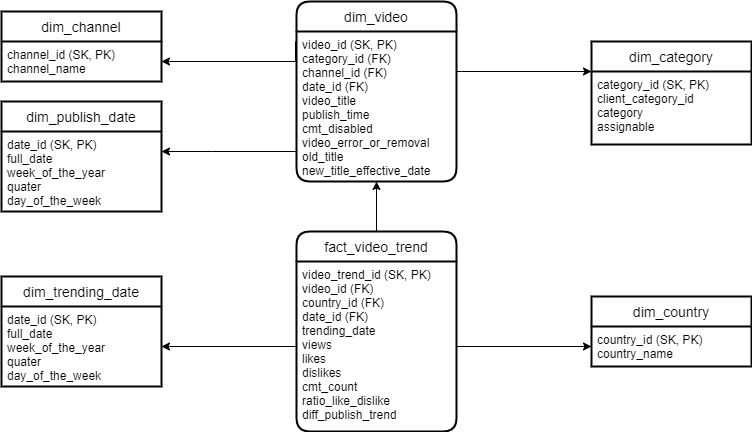
Shradaya/youtube_DW keeps this draw.io diagram as docs/logical_model.png. Above is the earlier version. Source tidied: cells renumbered, new cells last; positions are measured from the earlier drawing's top-left corner, leaving out a move shared by most shapes. Source of this version:
```xml
<mxGraphModel>
  <root>
    <mxCell id="0" />
    <mxCell id="1" parent="0" />
    <mxCell id="2" style="edgeStyle=orthogonalEdgeStyle;rounded=0;jettySize=auto;html=1;" parent="1" edge="1" source="3" target="7">
      <mxGeometry relative="1" as="geometry" />
    </mxCell>
    <mxCell id="3" value="fact_video_trend" style="swimlane;horizontal=1;startSize=30;rounded=1;fontSize=14;fontStyle=0;strokeWidth=2;shadow=0;dashed=0;align=center;" parent="1" vertex="1">
      <mxGeometry x="295" y="230" width="160" height="200" as="geometry" />
    </mxCell>
    <mxCell id="4" value="video_trend_id (SK, PK)&#10;video_id (FK)&#10;country_id (FK)&#10;date_id (FK)&#10;trending_date&#10;views&#10;likes&#10;dislikes&#10;cmt_count&#10;ratio_like_dislike&#10;diff_publish_trend&#10;" style="align=left;strokeColor=none;fillColor=none;spacingLeft=4;fontSize=12;verticalAlign=top;" parent="3" vertex="1">
      <mxGeometry y="30" width="160" height="170" as="geometry" />
    </mxCell>
    <mxCell id="5" style="edgeStyle=orthogonalEdgeStyle;rounded=0;jettySize=auto;html=1;entryX=1;entryY=0.5;entryDx=0;entryDy=0;exitX=-0.006;exitY=0.066;exitDx=0;exitDy=0;exitPerimeter=0;" parent="1" edge="1" source="7" target="11">
      <mxGeometry relative="1" as="geometry">
        <Array as="points">
          <mxPoint x="294" y="60" />
        </Array>
      </mxGeometry>
    </mxCell>
    <mxCell id="6" value="dim_video" style="swimlane;horizontal=1;startSize=30;rounded=1;fontSize=14;fontStyle=0;strokeWidth=2;shadow=0;dashed=0;align=center;" parent="1" vertex="1">
      <mxGeometry x="295" width="160" height="180" as="geometry" />
    </mxCell>
    <mxCell id="7" value="video_id (SK, PK)&#10;category_id (FK)&#10;channel_id (FK)&#10;date_id (FK)&#10;video_title&#10;publish_time&#10;cmt_disabled&#10;video_error_or_removal&#10;old_title&#10;new_title_effective_date" style="align=left;strokeColor=none;fillColor=none;spacingLeft=4;fontSize=12;verticalAlign=top;" parent="6" vertex="1">
      <mxGeometry y="30" width="160" height="150" as="geometry" />
    </mxCell>
    <mxCell id="8" value="dim_category" style="swimlane;horizontal=1;startSize=30;rounded=1;fontSize=14;fontStyle=0;strokeWidth=2;shadow=0;dashed=0;align=center;arcSize=0;" parent="1" vertex="1">
      <mxGeometry x="590" y="40" width="160" height="103" as="geometry" />
    </mxCell>
    <mxCell id="9" value="category_id (SK, PK)&#10;client_category_id &#10;category&#10;assignable" style="align=left;strokeColor=none;fillColor=none;spacingLeft=4;fontSize=12;verticalAlign=top;" parent="8" vertex="1">
      <mxGeometry y="30" width="160" height="73" as="geometry" />
    </mxCell>
    <mxCell id="10" value="dim_channel" style="swimlane;horizontal=1;startSize=30;rounded=1;fontSize=14;fontStyle=0;strokeWidth=2;shadow=0;dashed=0;align=center;arcSize=0;" parent="1" vertex="1">
      <mxGeometry y="10" width="160" height="70" as="geometry" />
    </mxCell>
    <mxCell id="11" value="channel_id (SK, PK)&#10;channel_name" style="align=left;strokeColor=none;fillColor=none;spacingLeft=4;fontSize=12;verticalAlign=top;" parent="10" vertex="1">
      <mxGeometry y="30" width="160" height="40" as="geometry" />
    </mxCell>
    <mxCell id="12" value="dim_country" style="swimlane;horizontal=1;startSize=30;rounded=1;fontSize=14;fontStyle=0;strokeWidth=2;shadow=0;dashed=0;align=center;arcSize=0;" parent="1" vertex="1">
      <mxGeometry x="590" y="295" width="160" height="70" as="geometry" />
    </mxCell>
    <mxCell id="13" value="country_id (SK, PK)&#10;country_name" style="align=left;strokeColor=none;fillColor=none;spacingLeft=4;fontSize=12;verticalAlign=top;" parent="12" vertex="1">
      <mxGeometry y="30" width="160" height="40" as="geometry" />
    </mxCell>
    <mxCell id="14" value="dim_publish_date" style="swimlane;horizontal=1;startSize=30;rounded=1;fontSize=14;fontStyle=0;strokeWidth=2;shadow=0;dashed=0;align=center;arcSize=0;" parent="1" vertex="1">
      <mxGeometry y="100" width="160" height="110" as="geometry" />
    </mxCell>
    <mxCell id="15" value="date_id (SK, PK)&#10;full_date&#10;week_of_the_year&#10;quater&#10;day_of_the_week&#10;" style="align=left;strokeColor=none;fillColor=none;spacingLeft=4;fontSize=12;verticalAlign=top;" parent="14" vertex="1">
      <mxGeometry y="30" width="160" height="80" as="geometry" />
    </mxCell>
    <mxCell id="16" style="edgeStyle=orthogonalEdgeStyle;rounded=0;jettySize=auto;html=1;entryX=0;entryY=0;entryDx=0;entryDy=0;" parent="1" edge="1" source="7" target="9">
      <mxGeometry relative="1" as="geometry">
        <Array as="points">
          <mxPoint x="460" y="70" />
          <mxPoint x="460" y="70" />
        </Array>
      </mxGeometry>
    </mxCell>
    <mxCell id="17" style="edgeStyle=orthogonalEdgeStyle;rounded=0;jettySize=auto;html=1;" parent="1" edge="1" source="4" target="13">
      <mxGeometry relative="1" as="geometry" />
    </mxCell>
    <mxCell id="18" style="edgeStyle=orthogonalEdgeStyle;rounded=0;jettySize=auto;html=1;entryX=1;entryY=0.25;entryDx=0;entryDy=0;" parent="1" edge="1" source="7" target="15">
      <mxGeometry relative="1" as="geometry">
        <Array as="points">
          <mxPoint x="210" y="150" />
          <mxPoint x="210" y="150" />
        </Array>
      </mxGeometry>
    </mxCell>
    <mxCell id="19" value="dim_trending_date" style="swimlane;horizontal=1;startSize=30;rounded=1;fontSize=14;fontStyle=0;strokeWidth=2;shadow=0;dashed=0;align=center;arcSize=0;" parent="1" vertex="1">
      <mxGeometry y="275" width="160" height="110" as="geometry" />
    </mxCell>
    <mxCell id="20" value="date_id (SK, PK)&#10;full_date&#10;week_of_the_year&#10;quater&#10;day_of_the_week&#10;" style="align=left;strokeColor=none;fillColor=none;spacingLeft=4;fontSize=12;verticalAlign=top;" parent="19" vertex="1">
      <mxGeometry y="30" width="160" height="80" as="geometry" />
    </mxCell>
    <mxCell id="21" style="edgeStyle=orthogonalEdgeStyle;rounded=0;jettySize=auto;html=1;entryX=1;entryY=0.5;entryDx=0;entryDy=0;" parent="1" edge="1" source="4" target="20">
      <mxGeometry relative="1" as="geometry" />
    </mxCell>
  </root>
</mxGraphModel>
```
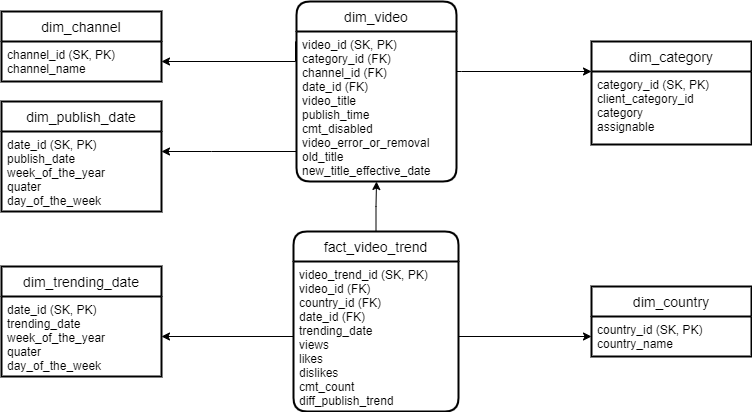
After the change.

Change to the diagram source:
```diff
@@ -6,10 +6,10 @@
       <mxGeometry relative="1" as="geometry" />
     </mxCell>
     <mxCell id="3" value="fact_video_trend" style="swimlane;horizontal=1;startSize=30;rounded=1;fontSize=14;fontStyle=0;strokeWidth=2;shadow=0;dashed=0;align=center;" parent="1" vertex="1">
-      <mxGeometry x="295" y="230" width="160" height="200" as="geometry" />
+      <mxGeometry x="292" y="230" width="165" height="180" as="geometry" />
     </mxCell>
-    <mxCell id="4" value="video_trend_id (SK, PK)&#10;video_id (FK)&#10;country_id (FK)&#10;date_id (FK)&#10;trending_date&#10;views&#10;likes&#10;dislikes&#10;cmt_count&#10;ratio_like_dislike&#10;diff_publish_trend&#10;" style="align=left;strokeColor=none;fillColor=none;spacingLeft=4;fontSize=12;verticalAlign=top;" parent="3" vertex="1">
-      <mxGeometry y="30" width="160" height="170" as="geometry" />
+    <mxCell id="4" value="video_trend_id (SK, PK)&#10;video_id (FK)&#10;country_id (FK)&#10;date_id (FK)&#10;trending_date&#10;views&#10;likes&#10;dislikes&#10;cmt_count&#10;diff_publish_trend&#10;" style="align=left;strokeColor=none;fillColor=none;spacingLeft=4;fontSize=12;verticalAlign=top;" parent="3" vertex="1">
+      <mxGeometry y="30" width="165" height="150" as="geometry" />
     </mxCell>
     <mxCell id="5" style="edgeStyle=orthogonalEdgeStyle;rounded=0;jettySize=auto;html=1;entryX=1;entryY=0.5;entryDx=0;entryDy=0;exitX=-0.006;exitY=0.066;exitDx=0;exitDy=0;exitPerimeter=0;" parent="1" edge="1" source="7" target="11">
       <mxGeometry relative="1" as="geometry">
@@ -37,7 +37,7 @@
       <mxGeometry y="30" width="160" height="40" as="geometry" />
     </mxCell>
     <mxCell id="12" value="dim_country" style="swimlane;horizontal=1;startSize=30;rounded=1;fontSize=14;fontStyle=0;strokeWidth=2;shadow=0;dashed=0;align=center;arcSize=0;" parent="1" vertex="1">
-      <mxGeometry x="590" y="295" width="160" height="70" as="geometry" />
+      <mxGeometry x="590" y="285" width="160" height="70" as="geometry" />
     </mxCell>
     <mxCell id="13" value="country_id (SK, PK)&#10;country_name" style="align=left;strokeColor=none;fillColor=none;spacingLeft=4;fontSize=12;verticalAlign=top;" parent="12" vertex="1">
       <mxGeometry y="30" width="160" height="40" as="geometry" />
@@ -45,7 +45,7 @@
     <mxCell id="14" value="dim_publish_date" style="swimlane;horizontal=1;startSize=30;rounded=1;fontSize=14;fontStyle=0;strokeWidth=2;shadow=0;dashed=0;align=center;arcSize=0;" parent="1" vertex="1">
       <mxGeometry y="100" width="160" height="110" as="geometry" />
     </mxCell>
-    <mxCell id="15" value="date_id (SK, PK)&#10;full_date&#10;week_of_the_year&#10;quater&#10;day_of_the_week&#10;" style="align=left;strokeColor=none;fillColor=none;spacingLeft=4;fontSize=12;verticalAlign=top;" parent="14" vertex="1">
+    <mxCell id="15" value="date_id (SK, PK)&#10;publish_date&#10;week_of_the_year&#10;quater&#10;day_of_the_week&#10;" style="align=left;strokeColor=none;fillColor=none;spacingLeft=4;fontSize=12;verticalAlign=top;" parent="14" vertex="1">
       <mxGeometry y="30" width="160" height="80" as="geometry" />
     </mxCell>
     <mxCell id="16" style="edgeStyle=orthogonalEdgeStyle;rounded=0;jettySize=auto;html=1;entryX=0;entryY=0;entryDx=0;entryDy=0;" parent="1" edge="1" source="7" target="9">
@@ -68,9 +68,9 @@
       </mxGeometry>
     </mxCell>
     <mxCell id="19" value="dim_trending_date" style="swimlane;horizontal=1;startSize=30;rounded=1;fontSize=14;fontStyle=0;strokeWidth=2;shadow=0;dashed=0;align=center;arcSize=0;" parent="1" vertex="1">
-      <mxGeometry y="275" width="160" height="110" as="geometry" />
+      <mxGeometry y="265" width="160" height="110" as="geometry" />
     </mxCell>
-    <mxCell id="20" value="date_id (SK, PK)&#10;full_date&#10;week_of_the_year&#10;quater&#10;day_of_the_week&#10;" style="align=left;strokeColor=none;fillColor=none;spacingLeft=4;fontSize=12;verticalAlign=top;" parent="19" vertex="1">
+    <mxCell id="20" value="date_id (SK, PK)&#10;trending_date&#10;week_of_the_year&#10;quater&#10;day_of_the_week&#10;" style="align=left;strokeColor=none;fillColor=none;spacingLeft=4;fontSize=12;verticalAlign=top;" parent="19" vertex="1">
       <mxGeometry y="30" width="160" height="80" as="geometry" />
     </mxCell>
     <mxCell id="21" style="edgeStyle=orthogonalEdgeStyle;rounded=0;jettySize=auto;html=1;entryX=1;entryY=0.5;entryDx=0;entryDy=0;" parent="1" edge="1" source="4" target="20">
```
